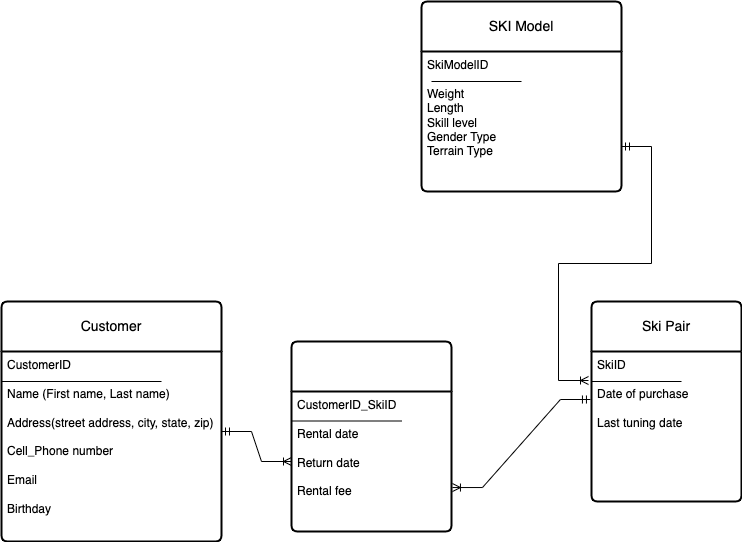
Sonal0607/diagrams keeps this draw.io diagram as SKI ERD.drawio.png. Above is the earlier version. Source tidied: cells renumbered, new cells last; positions are measured from the earlier drawing's top-left corner, leaving out a move shared by most shapes. Its diagram source:
```xml
<mxGraphModel>
  <root>
    <mxCell id="0" />
    <mxCell id="1" parent="0" />
    <mxCell id="2" value="Customer" style="swimlane;horizontal=1;startSize=50;rounded=1;fontSize=14;fontStyle=0;strokeWidth=2;shadow=0;dashed=0;align=center;arcSize=4;whiteSpace=wrap;html=1;" parent="1" vertex="1">
      <mxGeometry y="300" width="220" height="240" as="geometry" />
    </mxCell>
    <mxCell id="3" style="endArrow=none;html=1;rounded=0;" parent="2" edge="1">
      <mxGeometry relative="1" as="geometry">
        <mxPoint y="80" as="sourcePoint" />
        <mxPoint x="160" y="80" as="targetPoint" />
      </mxGeometry>
    </mxCell>
    <mxCell id="4" value="CustomerID&lt;br&gt;&lt;br&gt;Name (First name, Last name)&lt;br&gt;&lt;br&gt;Address(street address, city, state, zip)&lt;br&gt;&lt;br&gt;Cell_Phone number&lt;br&gt;&lt;br&gt;Email&lt;br&gt;&lt;br&gt;Birthday&amp;nbsp;" style="align=left;strokeColor=none;fillColor=none;spacingLeft=4;fontSize=12;verticalAlign=top;html=1;" parent="2" vertex="1">
      <mxGeometry y="50" width="220" height="190" as="geometry" />
    </mxCell>
    <mxCell id="5" value="Ski Pair" style="swimlane;horizontal=1;startSize=50;rounded=1;fontSize=14;fontStyle=0;strokeWidth=2;shadow=0;dashed=0;align=center;arcSize=4;whiteSpace=wrap;html=1;" parent="1" vertex="1">
      <mxGeometry x="590" y="300" width="150" height="200" as="geometry" />
    </mxCell>
    <mxCell id="6" style="endArrow=none;html=1;rounded=0;" parent="5" edge="1">
      <mxGeometry relative="1" as="geometry">
        <mxPoint y="80" as="sourcePoint" />
        <mxPoint x="90" y="80" as="targetPoint" />
      </mxGeometry>
    </mxCell>
    <mxCell id="7" value="SkiID&lt;br&gt;&lt;br&gt;Date of purchase&lt;br&gt;&lt;br&gt;Last tuning date" style="align=left;strokeColor=none;fillColor=none;spacingLeft=4;fontSize=12;verticalAlign=top;html=1;" parent="5" vertex="1">
      <mxGeometry y="50" width="150" height="150" as="geometry" />
    </mxCell>
    <mxCell id="8" value="SKI Model" style="swimlane;horizontal=1;startSize=50;rounded=1;fontSize=14;fontStyle=0;strokeWidth=2;shadow=0;dashed=0;align=center;arcSize=4;whiteSpace=wrap;html=1;" parent="1" vertex="1">
      <mxGeometry x="420" width="200" height="190" as="geometry" />
    </mxCell>
    <mxCell id="9" style="endArrow=none;html=1;rounded=0;" parent="8" edge="1">
      <mxGeometry relative="1" as="geometry">
        <mxPoint x="10" y="80" as="sourcePoint" />
        <mxPoint x="100" y="80" as="targetPoint" />
      </mxGeometry>
    </mxCell>
    <mxCell id="10" value="SkiModelID&lt;br&gt;&lt;br&gt;Weight&lt;br&gt;Length&lt;br&gt;Skill level&lt;br&gt;Gender Type&lt;br&gt;Terrain Type&lt;br&gt;" style="align=left;strokeColor=none;fillColor=none;spacingLeft=4;fontSize=12;verticalAlign=top;html=1;" parent="8" vertex="1">
      <mxGeometry y="50" width="200" height="140" as="geometry" />
    </mxCell>
    <mxCell id="11" style="swimlane;horizontal=1;startSize=50;rounded=1;fontSize=14;fontStyle=0;strokeWidth=2;shadow=0;dashed=0;align=center;arcSize=4;whiteSpace=wrap;html=1;" parent="1" vertex="1">
      <mxGeometry x="290" y="340" width="160" height="190" as="geometry" />
    </mxCell>
    <mxCell id="12" style="endArrow=none;html=1;rounded=0;" parent="11" edge="1">
      <mxGeometry relative="1" as="geometry">
        <mxPoint y="79.5" as="sourcePoint" />
        <mxPoint x="110" y="79.5" as="targetPoint" />
      </mxGeometry>
    </mxCell>
    <mxCell id="13" value="CustomerID_SkiID&lt;br&gt;&lt;br&gt;Rental date&lt;br&gt;&lt;br&gt;Return date&lt;br&gt;&lt;br&gt;Rental fee" style="align=left;strokeColor=none;fillColor=none;spacingLeft=4;fontSize=12;verticalAlign=top;html=1;" parent="11" vertex="1">
      <mxGeometry y="50" width="160" height="140" as="geometry" />
    </mxCell>
    <mxCell id="14" style="edgeStyle=entityRelationEdgeStyle;fontSize=12;html=1;endArrow=ERoneToMany;startArrow=ERmandOne;rounded=0;" parent="1" edge="1">
      <mxGeometry relative="1" as="geometry">
        <mxPoint x="620" y="145" as="sourcePoint" />
        <mxPoint x="587" y="379" as="targetPoint" />
      </mxGeometry>
    </mxCell>
    <mxCell id="15" style="edgeStyle=entityRelationEdgeStyle;fontSize=12;html=1;endArrow=ERoneToMany;startArrow=ERmandOne;rounded=0;" parent="1" edge="1" target="13">
      <mxGeometry relative="1" as="geometry">
        <mxPoint x="220" y="430" as="sourcePoint" />
      </mxGeometry>
    </mxCell>
    <mxCell id="16" style="edgeStyle=entityRelationEdgeStyle;fontSize=12;html=1;endArrow=ERoneToMany;startArrow=ERmandOne;rounded=0;entryX=1.006;entryY=0.686;entryDx=0;entryDy=0;entryPerimeter=0;exitX=-0.007;exitY=0.32;exitDx=0;exitDy=0;exitPerimeter=0;" parent="1" edge="1" source="7" target="13">
      <mxGeometry relative="1" as="geometry" />
    </mxCell>
  </root>
</mxGraphModel>
```
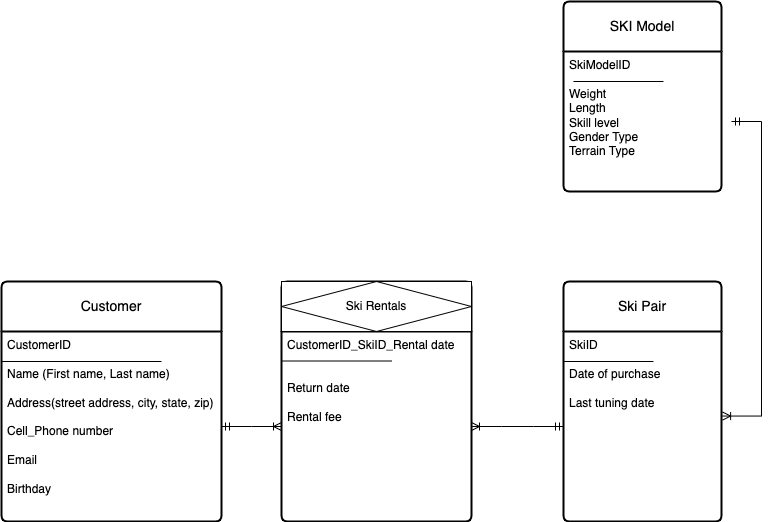
Later version of the same file.

Commit message:
Aligning entities

Diff of the diagram source:
```diff
@@ -3,7 +3,7 @@
     <mxCell id="0" />
     <mxCell id="1" parent="0" />
     <mxCell id="2" value="Customer" style="swimlane;horizontal=1;startSize=50;rounded=1;fontSize=14;fontStyle=0;strokeWidth=2;shadow=0;dashed=0;align=center;arcSize=4;whiteSpace=wrap;html=1;" parent="1" vertex="1">
-      <mxGeometry y="300" width="220" height="240" as="geometry" />
+      <mxGeometry x="10" y="300" width="220" height="240" as="geometry" />
     </mxCell>
     <mxCell id="3" style="endArrow=none;html=1;rounded=0;" parent="2" edge="1">
       <mxGeometry relative="1" as="geometry">
@@ -15,7 +15,7 @@
       <mxGeometry y="50" width="220" height="190" as="geometry" />
     </mxCell>
     <mxCell id="5" value="Ski Pair" style="swimlane;horizontal=1;startSize=50;rounded=1;fontSize=14;fontStyle=0;strokeWidth=2;shadow=0;dashed=0;align=center;arcSize=4;whiteSpace=wrap;html=1;" parent="1" vertex="1">
-      <mxGeometry x="590" y="300" width="150" height="200" as="geometry" />
+      <mxGeometry x="572" y="300" width="158" height="240" as="geometry" />
     </mxCell>
     <mxCell id="6" style="endArrow=none;html=1;rounded=0;" parent="5" edge="1">
       <mxGeometry relative="1" as="geometry">
@@ -24,10 +24,10 @@
       </mxGeometry>
     </mxCell>
     <mxCell id="7" value="SkiID&lt;br&gt;&lt;br&gt;Date of purchase&lt;br&gt;&lt;br&gt;Last tuning date" style="align=left;strokeColor=none;fillColor=none;spacingLeft=4;fontSize=12;verticalAlign=top;html=1;" parent="5" vertex="1">
-      <mxGeometry y="50" width="150" height="150" as="geometry" />
+      <mxGeometry y="50" width="158" height="190" as="geometry" />
     </mxCell>
     <mxCell id="8" value="SKI Model" style="swimlane;horizontal=1;startSize=50;rounded=1;fontSize=14;fontStyle=0;strokeWidth=2;shadow=0;dashed=0;align=center;arcSize=4;whiteSpace=wrap;html=1;" parent="1" vertex="1">
-      <mxGeometry x="420" width="200" height="190" as="geometry" />
+      <mxGeometry x="572" y="20" width="158" height="190" as="geometry" />
     </mxCell>
     <mxCell id="9" style="endArrow=none;html=1;rounded=0;" parent="8" edge="1">
       <mxGeometry relative="1" as="geometry">
@@ -36,10 +36,10 @@
       </mxGeometry>
     </mxCell>
     <mxCell id="10" value="SkiModelID&lt;br&gt;&lt;br&gt;Weight&lt;br&gt;Length&lt;br&gt;Skill level&lt;br&gt;Gender Type&lt;br&gt;Terrain Type&lt;br&gt;" style="align=left;strokeColor=none;fillColor=none;spacingLeft=4;fontSize=12;verticalAlign=top;html=1;" parent="8" vertex="1">
-      <mxGeometry y="50" width="200" height="140" as="geometry" />
+      <mxGeometry y="50" width="158" height="140" as="geometry" />
     </mxCell>
     <mxCell id="11" style="swimlane;horizontal=1;startSize=50;rounded=1;fontSize=14;fontStyle=0;strokeWidth=2;shadow=0;dashed=0;align=center;arcSize=4;whiteSpace=wrap;html=1;" parent="1" vertex="1">
-      <mxGeometry x="290" y="340" width="160" height="190" as="geometry" />
+      <mxGeometry x="290" y="300" width="190" height="240" as="geometry" />
     </mxCell>
     <mxCell id="12" style="endArrow=none;html=1;rounded=0;" parent="11" edge="1">
       <mxGeometry relative="1" as="geometry">
@@ -47,22 +47,22 @@
         <mxPoint x="110" y="79.5" as="targetPoint" />
       </mxGeometry>
     </mxCell>
-    <mxCell id="13" value="CustomerID_SkiID&lt;br&gt;&lt;br&gt;Rental date&lt;br&gt;&lt;br&gt;Return date&lt;br&gt;&lt;br&gt;Rental fee" style="align=left;strokeColor=none;fillColor=none;spacingLeft=4;fontSize=12;verticalAlign=top;html=1;" parent="11" vertex="1">
-      <mxGeometry y="50" width="160" height="140" as="geometry" />
+    <mxCell id="13" value="CustomerID_SkiID_Rental date&lt;br&gt;&lt;br&gt;&lt;br&gt;Return date&lt;br&gt;&lt;br&gt;Rental fee" style="align=left;strokeColor=none;fillColor=none;spacingLeft=4;fontSize=12;verticalAlign=top;html=1;" parent="11" vertex="1">
+      <mxGeometry y="50" width="190" height="190" as="geometry" />
     </mxCell>
-    <mxCell id="14" style="edgeStyle=entityRelationEdgeStyle;fontSize=12;html=1;endArrow=ERoneToMany;startArrow=ERmandOne;rounded=0;" parent="1" edge="1">
+    <mxCell id="14" style="edgeStyle=entityRelationEdgeStyle;fontSize=12;html=1;endArrow=ERoneToMany;startArrow=ERmandOne;rounded=0;entryX=1.007;entryY=0.445;entryDx=0;entryDy=0;entryPerimeter=0;" parent="1" edge="1" target="7">
       <mxGeometry relative="1" as="geometry">
-        <mxPoint x="620" y="145" as="sourcePoint" />
-        <mxPoint x="587" y="379" as="targetPoint" />
+        <mxPoint x="740" y="140" as="sourcePoint" />
       </mxGeometry>
     </mxCell>
-    <mxCell id="15" style="edgeStyle=entityRelationEdgeStyle;fontSize=12;html=1;endArrow=ERoneToMany;startArrow=ERmandOne;rounded=0;" parent="1" edge="1" target="13">
-      <mxGeometry relative="1" as="geometry">
-        <mxPoint x="220" y="430" as="sourcePoint" />
-      </mxGeometry>
+    <mxCell id="15" style="edgeStyle=entityRelationEdgeStyle;fontSize=12;html=1;endArrow=ERoneToMany;startArrow=ERmandOne;rounded=0;exitX=1;exitY=0.5;exitDx=0;exitDy=0;" parent="1" edge="1" source="4" target="13">
+      <mxGeometry relative="1" as="geometry" />
     </mxCell>
-    <mxCell id="16" style="edgeStyle=entityRelationEdgeStyle;fontSize=12;html=1;endArrow=ERoneToMany;startArrow=ERmandOne;rounded=0;entryX=1.006;entryY=0.686;entryDx=0;entryDy=0;entryPerimeter=0;exitX=-0.007;exitY=0.32;exitDx=0;exitDy=0;exitPerimeter=0;" parent="1" edge="1" source="7" target="13">
+    <mxCell id="16" style="edgeStyle=entityRelationEdgeStyle;fontSize=12;html=1;endArrow=ERoneToMany;startArrow=ERmandOne;rounded=0;entryX=1;entryY=0.5;entryDx=0;entryDy=0;exitX=0;exitY=0.5;exitDx=0;exitDy=0;" parent="1" edge="1" source="7" target="13">
       <mxGeometry relative="1" as="geometry" />
     </mxCell>
+    <mxCell id="17" value="Ski Rentals" style="shape=associativeEntity;whiteSpace=wrap;html=1;align=center;" parent="1" vertex="1">
+      <mxGeometry x="290" y="300" width="190" height="50" as="geometry" />
+    </mxCell>
   </root>
 </mxGraphModel>
```
